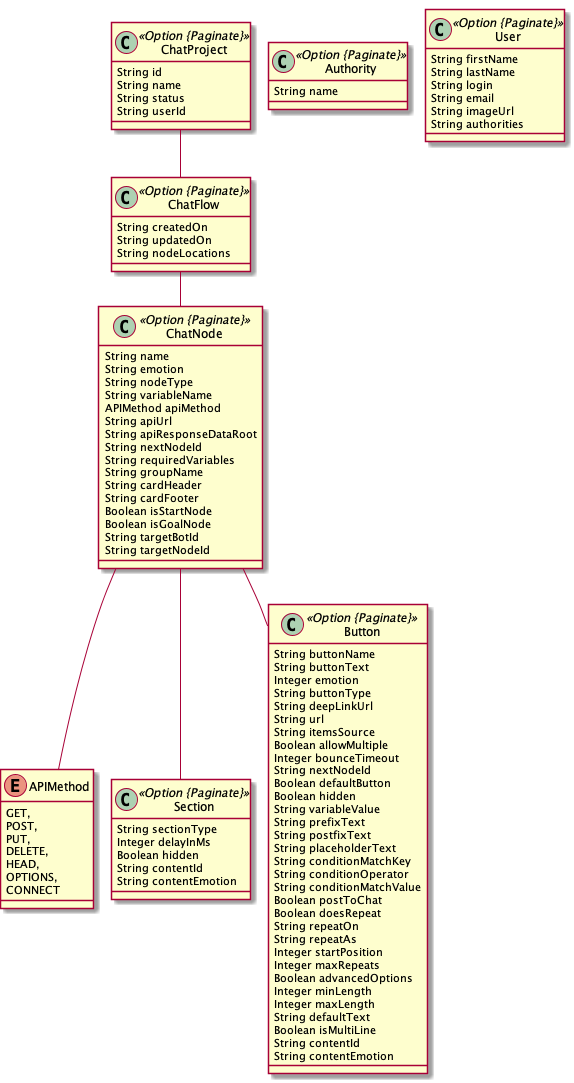
This is entity.png from intelligo-mn/intelligo, a PlantUML export, as it was before one commit. The source it was exported from:
```plantuml
@startuml
	!pragma graphviz_dot jdot
	!pragma syntax class
	enum APIMethod {
		GET,
		POST,
		PUT,
		DELETE,
		HEAD,
		OPTIONS,
		CONNECT
	}
	class ChatProject <<Option {Paginate}>> {
		String id
		String name
		String status
		String userId
	}
	class ChatFlow <<Option {Paginate}>> {
		String createdOn
		String updatedOn
		String nodeLocations
	}
	class ChatNode <<Option {Paginate}>> {
		String name
		String emotion
		String nodeType
		String variableName
		APIMethod apiMethod
		String apiUrl
		String apiResponseDataRoot
		String nextNodeId
		String requiredVariables
		String groupName
		String cardHeader
		String cardFooter
		Boolean isStartNode
		Boolean isGoalNode
		String targetBotId
		String targetNodeId
	}
	ChatNode ..> APIMethod
	class Section <<Option {Paginate}>> {
		String sectionType
		Integer delayInMs
		Boolean hidden
		String contentId
		String contentEmotion
	}
	class Button <<Option {Paginate}>> {
		String buttonName
		String buttonText
		Integer emotion
		String buttonType
		String deepLinkUrl
		String url
		String itemsSource
		Boolean allowMultiple
		Integer bounceTimeout
		String nextNodeId
		Boolean defaultButton
		Boolean hidden
		String variableValue
		String prefixText
		String postfixText
		String placeholderText
		String conditionMatchKey
		String conditionOperator
		String conditionMatchValue
		Boolean postToChat
		Boolean doesRepeat
		String repeatOn
		String repeatAs
		Integer startPosition
		Integer maxRepeats
		Boolean advancedOptions
		Integer minLength
		Integer maxLength
		String defaultText
		Boolean isMultiLine
		String contentId
		String contentEmotion
	}
	ChatFlow  "chatNodes 0..* " o-- "0..1 "  ChatNode
	ChatNode  "sections 0..* " o-- "0..1 "  Section
	ChatNode  "buttons 0..* " o-- "0..1 "  Button
	ChatProject  "flow 0..1 " -- "chatProject(id) 0..1 "  ChatFlow
	class Authority <<Option {Paginate}>> {
		String name
	}
	class User <<Option {Paginate}>> {
		String firstName
		String lastName
		String login
		String email
		String imageUrl
		String authorities
	}
@enduml
```
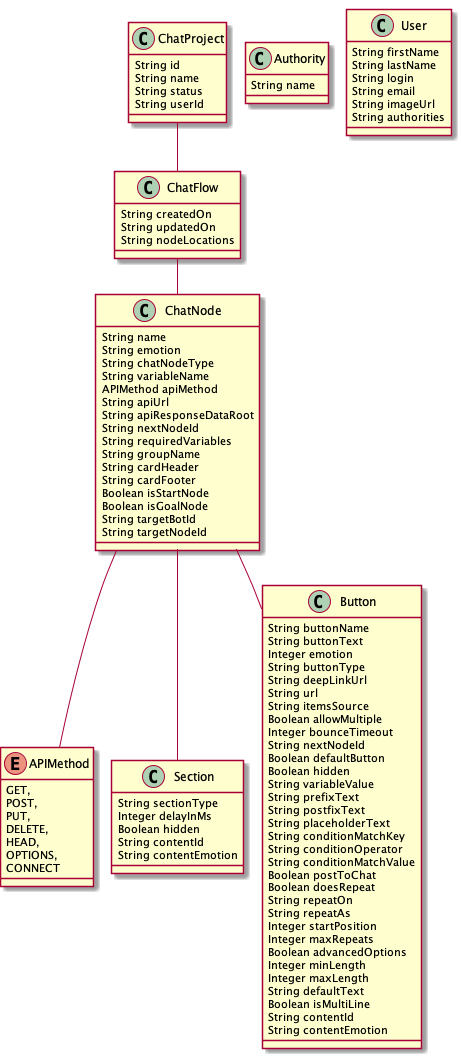
After the change.

Diff of the diagram source:
```diff
@@ -10,21 +10,21 @@
 		OPTIONS,
 		CONNECT
 	}
-	class ChatProject <<Option {Paginate}>> {
+	class ChatProject  {
 		String id
 		String name
 		String status
 		String userId
 	}
-	class ChatFlow <<Option {Paginate}>> {
+	class ChatFlow  {
 		String createdOn
 		String updatedOn
 		String nodeLocations
 	}
-	class ChatNode <<Option {Paginate}>> {
+	class ChatNode  {
 		String name
 		String emotion
-		String nodeType
+		String chatNodeType
 		String variableName
 		APIMethod apiMethod
 		String apiUrl
@@ -40,14 +40,14 @@
 		String targetNodeId
 	}
 	ChatNode ..> APIMethod
-	class Section <<Option {Paginate}>> {
+	class Section  {
 		String sectionType
 		Integer delayInMs
 		Boolean hidden
 		String contentId
 		String contentEmotion
 	}
-	class Button <<Option {Paginate}>> {
+	class Button  {
 		String buttonName
 		String buttonText
 		Integer emotion
@@ -85,10 +85,10 @@
 	ChatNode  "sections 0..* " o-- "0..1 "  Section
 	ChatNode  "buttons 0..* " o-- "0..1 "  Button
 	ChatProject  "flow 0..1 " -- "chatProject(id) 0..1 "  ChatFlow
-	class Authority <<Option {Paginate}>> {
+	class Authority  {
 		String name
 	}
-	class User <<Option {Paginate}>> {
+	class User  {
 		String firstName
 		String lastName
 		String login
```
